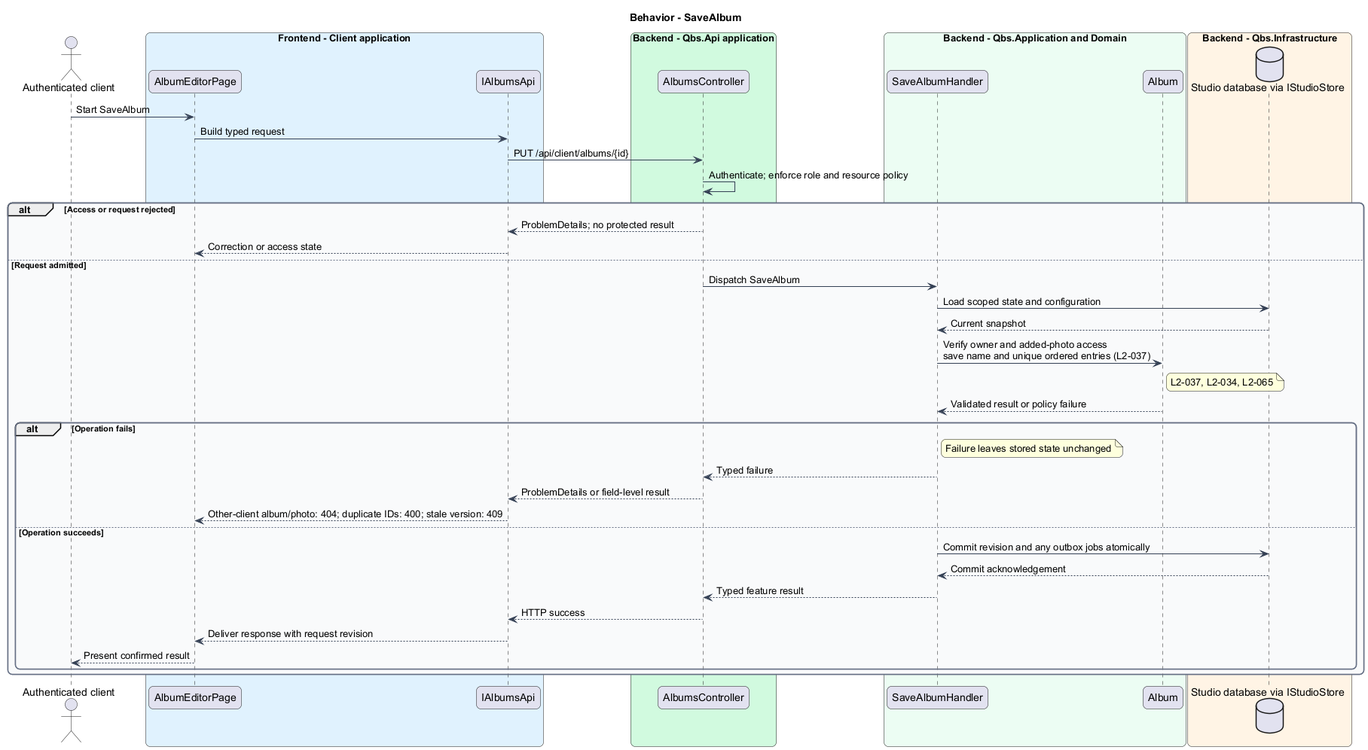
The PlantUML diagram docs/detailed-designs/prints-and-albums/create-and-edit-albums/diagrams/sequence-save-album.png in QuinntyneBrown/quinntyne-brown-studio, before a commit.
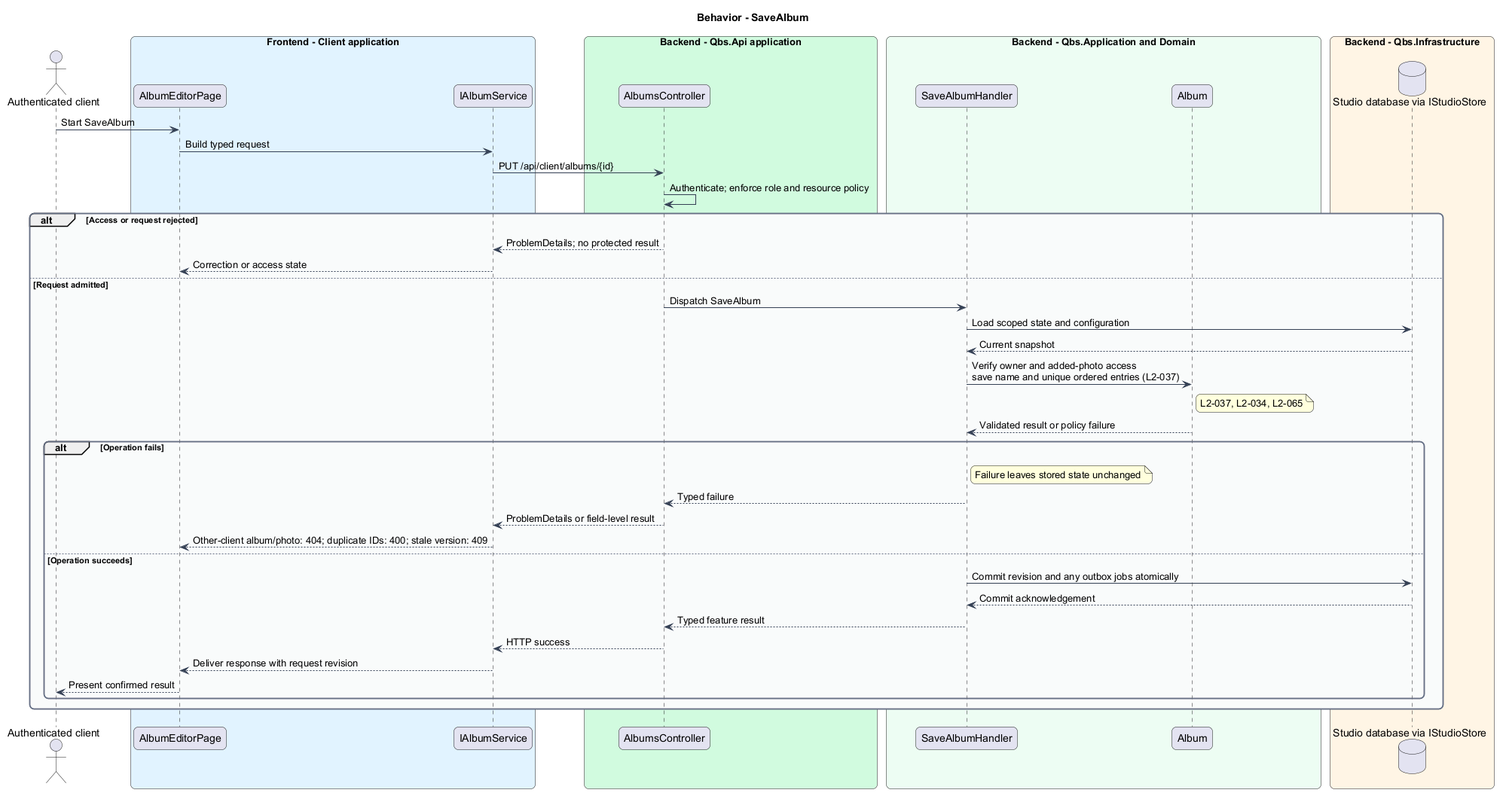
The same file after the commit.

The edit, as a diff of the source:
```diff
@@ -17,7 +17,7 @@
 actor "Authenticated client" as actor
 box "Frontend - Client application" #E0F2FE
  participant "AlbumEditorPage" as page
- participant "IAlbumsApi" as client
+ participant "IAlbumService" as client
 end box
 box "Backend - Qbs.Api application" #D1FADF
  participant "AlbumsController" as controller
```
